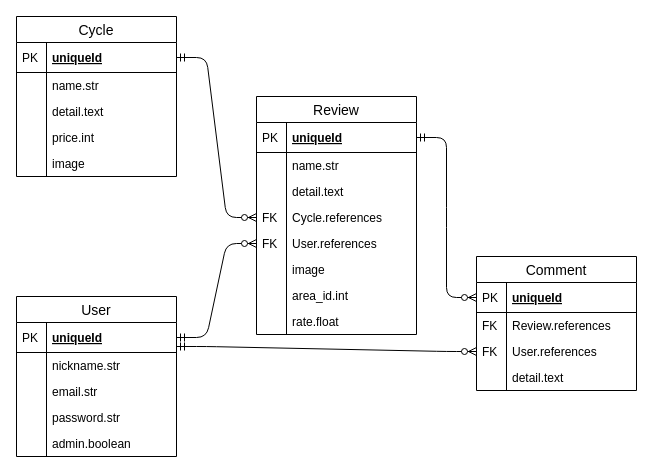
Earlier version of the draw.io diagram er.drawio (mikujo/share-cycle). Source tidied: cells renumbered, new cells numbered last; positions are measured from the earlier drawing's top-left corner, leaving out a move shared by most shapes. Both pictures are drawn from the tidied source at 100%, with x=0, y=0 at pixel (16, 16).
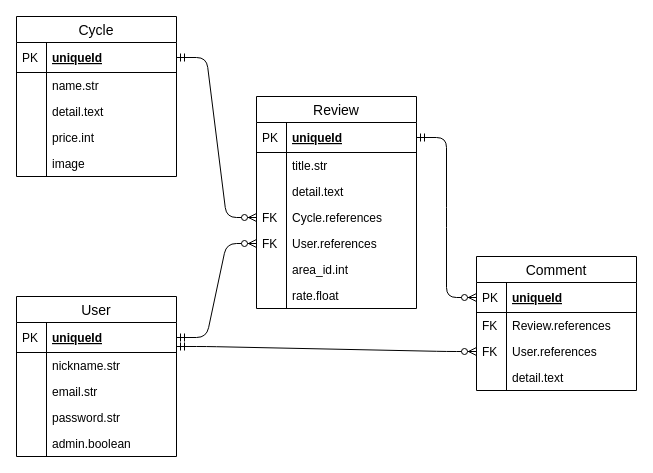
Above is the later version.

Change to the diagram source:
```diff
@@
     <mxCell id="28" value="Review" style="swimlane;fontStyle=0;horizontal=1;startSize=26;align=center;fontSize=14;" parent="1" vertex="1">
-      <mxGeometry x="240" y="80" width="160" height="238" as="geometry" />
+      <mxGeometry x="240" y="80" width="160" height="212" as="geometry" />
     </mxCell>
@@
-    <mxCell id="31" value="name.str" style="shape=partialRectangle;top=0;left=0;right=0;bottom=0;align=left;verticalAlign=top;fillColor=none;spacingLeft=34;spacingRight=4;overflow=hidden;fontSize=12;" parent="28" vertex="1">
+    <mxCell id="31" value="title.str" style="shape=partialRectangle;top=0;left=0;right=0;bottom=0;align=left;verticalAlign=top;fillColor=none;spacingLeft=34;spacingRight=4;overflow=hidden;fontSize=12;" parent="28" vertex="1">
       <mxGeometry y="56" width="160" height="26" as="geometry" />
     </mxCell>
@@
-    <mxCell id="39" value="image" style="shape=partialRectangle;top=0;left=0;right=0;bottom=0;align=left;verticalAlign=top;fillColor=none;spacingLeft=34;spacingRight=4;overflow=hidden;fontSize=12;" parent="28" vertex="1">
-      <mxGeometry y="160" width="160" height="26" as="geometry" />
-    </mxCell>
-    <mxCell id="40" style="shape=partialRectangle;top=0;left=0;bottom=0;fillColor=none;align=left;verticalAlign=top;spacingLeft=4;spacingRight=4;overflow=hidden;fontSize=12;" parent="39" vertex="1">
-      <mxGeometry width="30" height="26" as="geometry" />
-    </mxCell>
     <mxCell id="41" value="area_id.int" style="shape=partialRectangle;top=0;left=0;right=0;bottom=0;align=left;verticalAlign=top;fillColor=none;spacingLeft=34;spacingRight=4;overflow=hidden;fontSize=12;" parent="28" vertex="1">
-      <mxGeometry y="186" width="160" height="26" as="geometry" />
+      <mxGeometry y="160" width="160" height="26" as="geometry" />
     </mxCell>
@@
     <mxCell id="43" value="rate.float" style="shape=partialRectangle;top=0;left=0;right=0;bottom=0;align=left;verticalAlign=top;fillColor=none;spacingLeft=34;spacingRight=4;overflow=hidden;fontSize=12;" parent="28" vertex="1">
-      <mxGeometry y="212" width="160" height="26" as="geometry" />
+      <mxGeometry y="186" width="160" height="26" as="geometry" />
     </mxCell>
```
